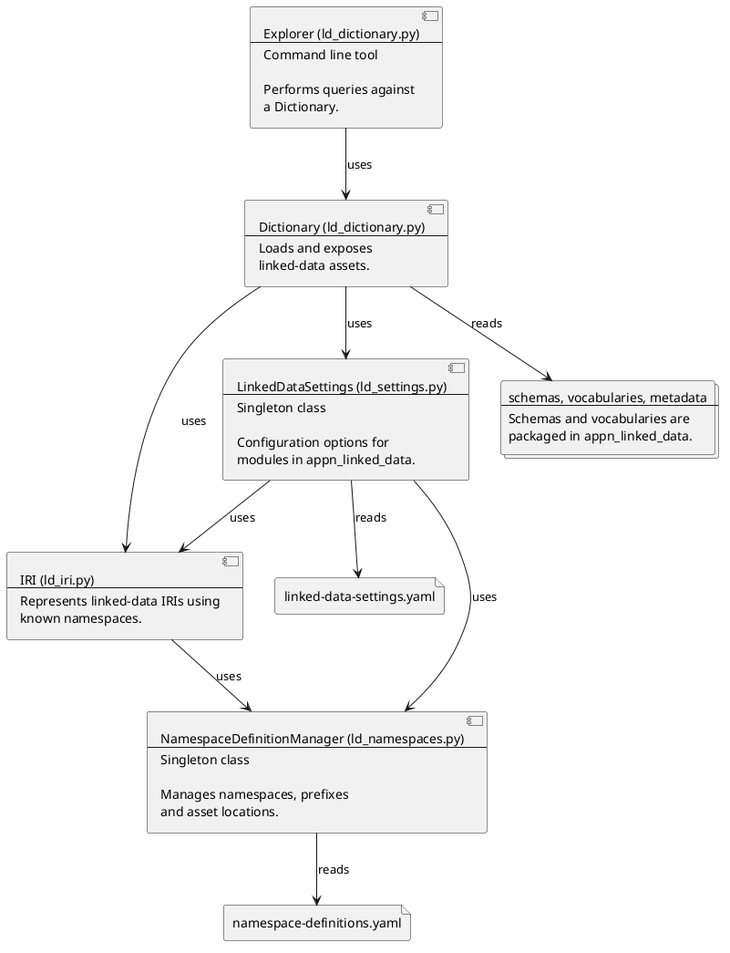
Above: docs/puml/components.png in aus-plant-phenomics-network/appn-linked-data (PlantUML), before the change. The source it was exported from:
```plantuml
@startuml

component Explorer [
Explorer (ld_dictionary.py)
----
Command line tool

Performs queries against
a Dictionary.
]


component Dictionary [
Dictionary (ld_dictionary.py)
----
Loads and exposes
linked-data assets.
]

component LinkedDataSettings [
LinkedDataSettings (ld_settings.py)
----
Singleton class

Configuration options for
modules in appn_linked_data.
]

component NamespaceDefinitionManager [
NamespaceDefinitionManager (ld_namespaces.py)
----
Singleton class

Manages namespaces, prefixes
and asset locations.
]

component IRI [
IRI (ld_iri.py)
----
Represents linked-data IRIs using
known namespaces.
]

file NamespaceDefinitions [
    namespace-definitions.yaml
]

file LinkedDataControlSettings [
    linked-data-settings.yaml
]

collections assets [
    schemas, vocabularies, metadata
    ----
    Schemas and vocabularies are
    packaged in appn_linked_data.
]

IRI --> NamespaceDefinitionManager: uses
LinkedDataSettings --> NamespaceDefinitionManager: uses
LinkedDataSettings --> IRI: uses
LinkedDataSettings --> LinkedDataControlSettings: reads
NamespaceDefinitionManager --> NamespaceDefinitions: reads
Dictionary --> IRI: uses
Dictionary --> LinkedDataSettings: uses
Dictionary --> assets: reads
Explorer --> Dictionary: uses

@enduml
```
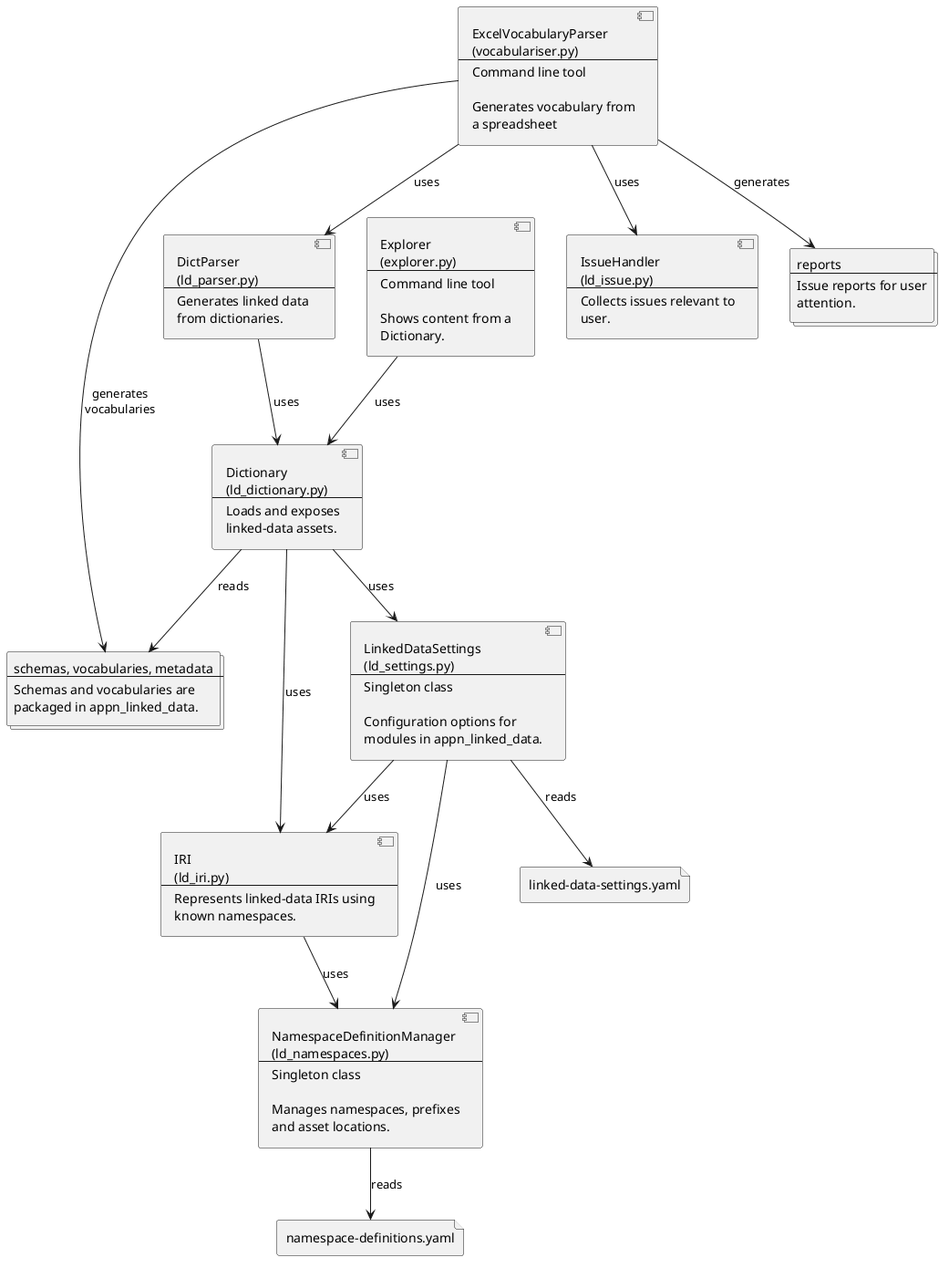
Later version of the same file.

What changed in the source:
```diff
@@ -1,24 +1,52 @@
 @startuml
 
 component Explorer [
-Explorer (ld_dictionary.py)
+Explorer
+(explorer.py)
 ----
 Command line tool
 
-Performs queries against
-a Dictionary.
+Shows content from a
+Dictionary.
 ]
 
+component IssueHandler [
+IssueHandler
+(ld_issue.py)
+----
+Collects issues relevant to
+user.
+]
+
+component ExcelVocabularyParser [
+ExcelVocabularyParser
+(vocabulariser.py)
+----
+Command line tool
+
+Generates vocabulary from
+a spreadsheet
+]
+
+component DictParser [
+DictParser
+(ld_parser.py)
+----
+Generates linked data
+from dictionaries.
+]
 
 component Dictionary [
-Dictionary (ld_dictionary.py)
+Dictionary
+(ld_dictionary.py)
 ----
 Loads and exposes
 linked-data assets.
 ]
 
 component LinkedDataSettings [
-LinkedDataSettings (ld_settings.py)
+LinkedDataSettings
+(ld_settings.py)
 ----
 Singleton class
 
@@ -27,7 +55,8 @@
 ]
 
 component NamespaceDefinitionManager [
-NamespaceDefinitionManager (ld_namespaces.py)
+NamespaceDefinitionManager
+(ld_namespaces.py)
 ----
 Singleton class
 
@@ -36,7 +65,8 @@
 ]
 
 component IRI [
-IRI (ld_iri.py)
+IRI
+(ld_iri.py)
 ----
 Represents linked-data IRIs using
 known namespaces.
@@ -57,6 +87,13 @@
     packaged in appn_linked_data.
 ]
 
+collections reports [
+    reports
+    ----
+    Issue reports for user
+    attention.
+]
+
 IRI --> NamespaceDefinitionManager: uses
 LinkedDataSettings --> NamespaceDefinitionManager: uses
 LinkedDataSettings --> IRI: uses
@@ -66,5 +103,9 @@
 Dictionary --> LinkedDataSettings: uses
 Dictionary --> assets: reads
 Explorer --> Dictionary: uses
-
+DictParser --> Dictionary: uses
+ExcelVocabularyParser --> DictParser: uses
+ExcelVocabularyParser --> assets: generates\nvocabularies
+ExcelVocabularyParser --> IssueHandler: uses
+ExcelVocabularyParser --> reports: generates
 @enduml
```
